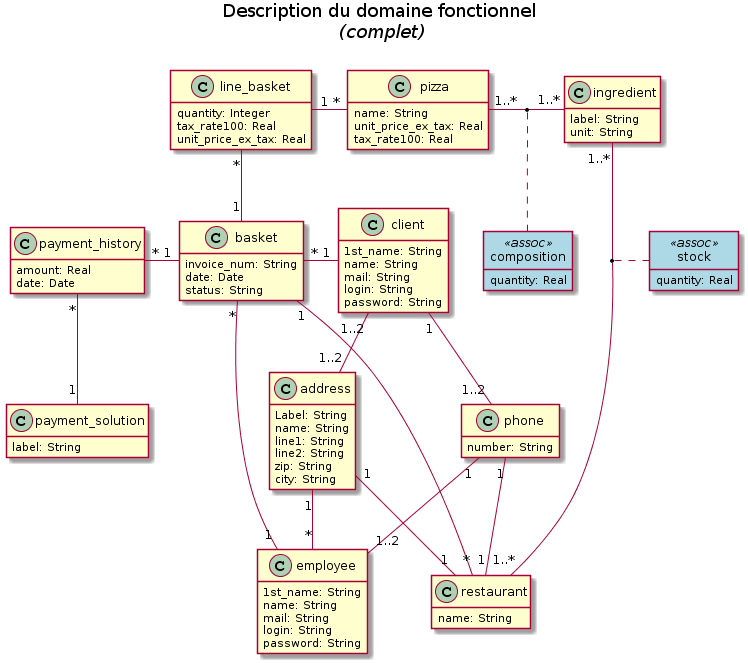
Earlier version of the PlantUML export functional_model.png (freezed/ocp6).
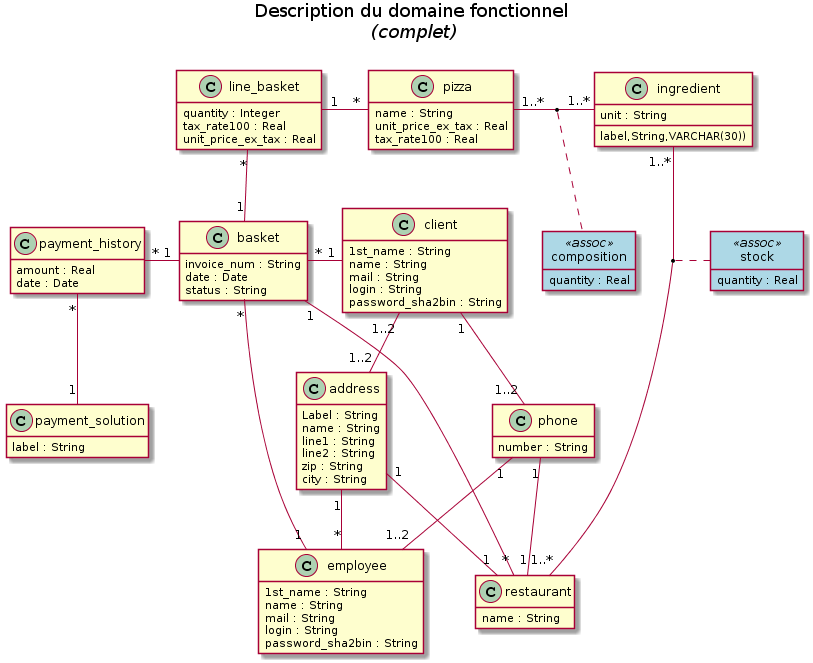
The same diagram one commit later.

Commit message:
Updates passwords on diagrams

Change to the diagram source:
```diff
@@ -37,64 +37,64 @@
 phone "1" -- "1" restaurant
 
 class address {
-    Label: String
-    name: String
-    line1: String
-    line2: String
-    zip: String
-    city: String
+    Label : String
+    name : String
+    line1 : String
+    line2 : String
+    zip : String
+    city : String
 }
 class client {
-    1st_name: String
-    name: String
-    mail: String
-    login: String
-    password: String
+    1st_name : String
+    name : String
+    mail : String
+    login : String
+    password_sha2bin : String
 }
 class composition {
-    quantity: Real
+    quantity : Real
 }
 class employee {
-    1st_name: String
-    name: String
-    mail: String
-    login: String
-    password: String
+    1st_name : String
+    name : String
+    mail : String
+    login : String
+    password_sha2bin : String
 }
 class ingredient {
-    label: String
-    unit: String
+    label,String,VARCHAR(30))
+    unit : String
 }
 class line_basket {
-    quantity: Integer
-    tax_rate100: Real
-    unit_price_ex_tax: Real
+    quantity : Integer
+    tax_rate100 : Real
+    unit_price_ex_tax : Real
 }
 class basket {
-    invoice_num: String
-    date: Date
-    status: String
+    invoice_num : String
+    date : Date
+    status : String
 }
 class payment_history {
-    amount: Real
-    date: Date
+    amount : Real
+    date : Date
 }
 class payment_solution {
-    label: String
+    label : String
 }
 class pizza {
-    name: String
-    unit_price_ex_tax: Real
-    tax_rate100: Real
+    name : String
+    unit_price_ex_tax : Real
+    tax_rate100 : Real
 }
 class phone {
-    number: String
+    number : String
 }
 class restaurant {
-    name: String
+    name : String
 }
 class stock {
-    quantity: Real
+    quantity : Real
 }
 
 pizza "1..*" - "1..*" ingredient
```
